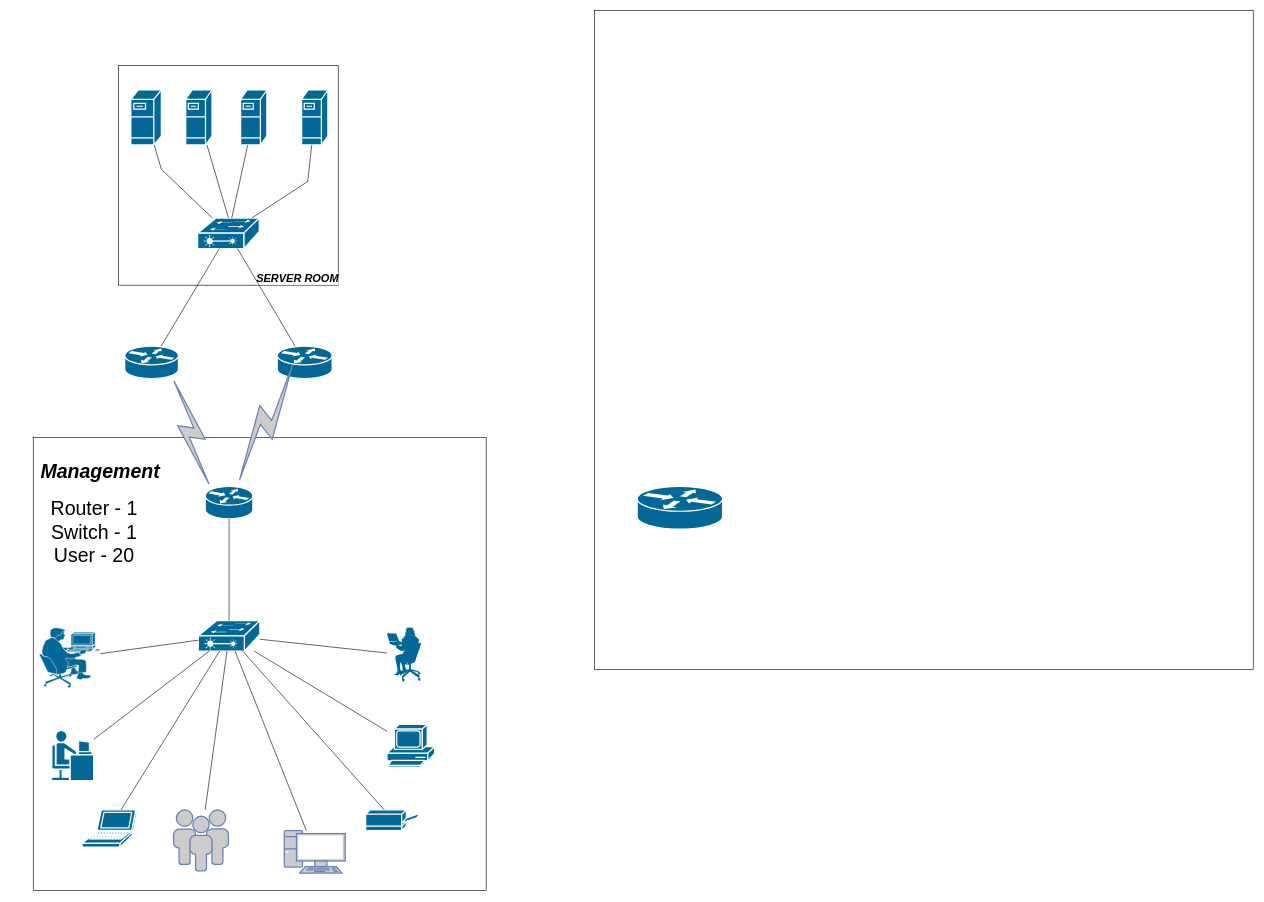
Above: CCNA.drawio in AkashArul/CCNA (draw.io), before the change. Source tidied: cells renumbered, new cells numbered last; positions are measured from the earlier drawing's top-left corner, leaving out a move shared by most shapes. Both pictures are drawn from the tidied source at 61%, with x=0, y=0 at pixel (21, 10).
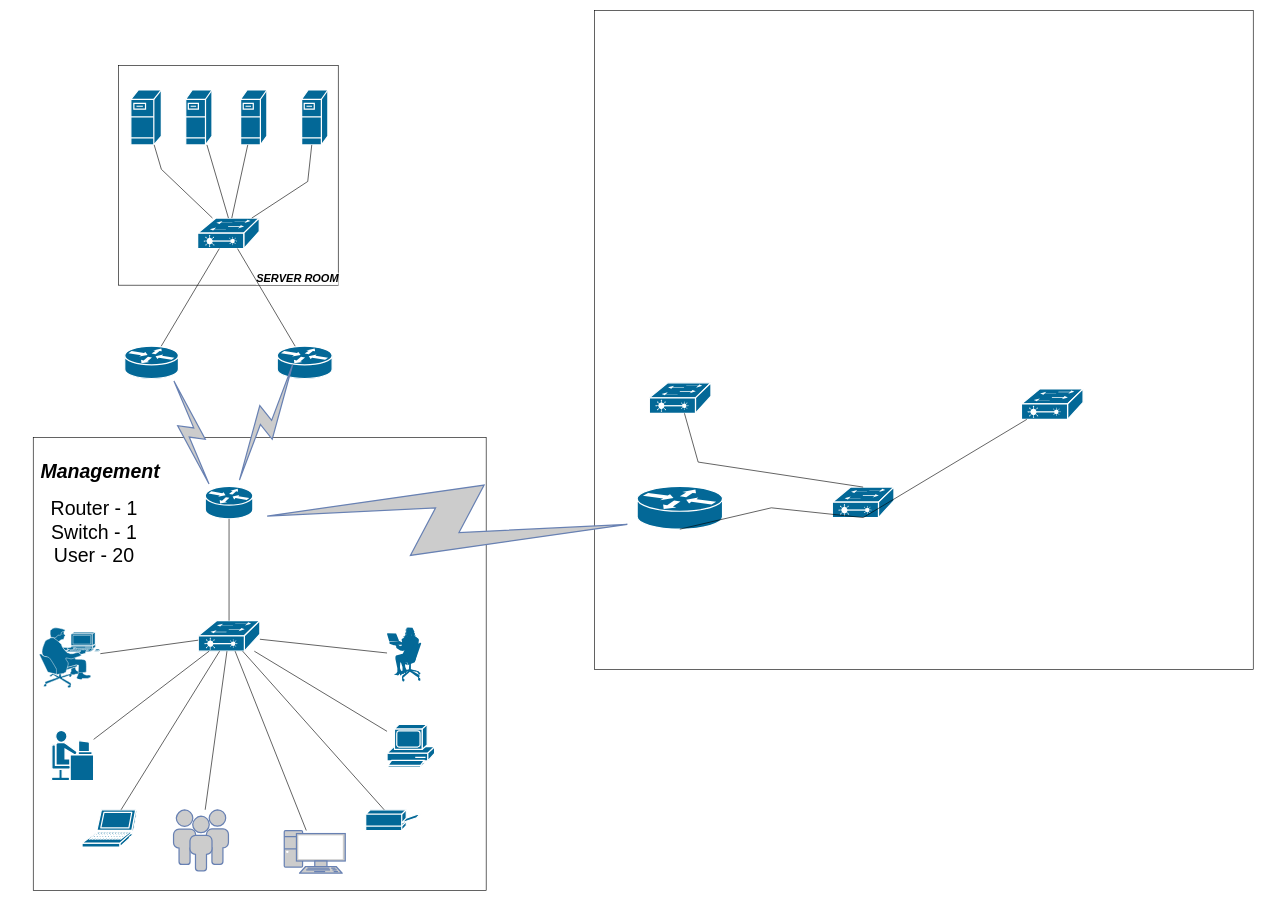
After the change.

The change refers to these unchanged cells:
```xml
<mxCell id="19" style="shape=mxgraph.cisco.routers.router;sketch=0;html=1;dashed=0;fillColor=#036897;strokeColor=#ffffff;strokeWidth=2;verticalLabelPosition=bottom;verticalAlign=top;align=center;outlineConnect=0;labelBackgroundColor=#FFFFFF;" parent="1" vertex="1">
  <mxGeometry x="301" y="780" width="78" height="53" as="geometry" />
</mxCell>
<mxCell id="41" style="shape=mxgraph.cisco.routers.router;sketch=0;html=1;dashed=0;fillColor=#036897;strokeColor=#ffffff;strokeWidth=2;verticalLabelPosition=bottom;verticalAlign=top;align=center;outlineConnect=0;" parent="1" vertex="1">
  <mxGeometry x="1009" y="780" width="140" height="70" as="geometry" />
</mxCell>
```

What changed in the source:
```diff
@@
+    <mxCell id="44" style="html=1;outlineConnect=0;fillColor=#CCCCCC;strokeColor=#6881B3;gradientColor=none;gradientDirection=north;strokeWidth=2;shape=mxgraph.networks.comm_link_edge;html=1;rounded=0;fontSize=32;entryX=0.12;entryY=0.9;entryDx=0;entryDy=0;entryPerimeter=0;exitX=0.88;exitY=0.9;exitDx=0;exitDy=0;exitPerimeter=0;" parent="1" edge="1" source="19" target="41">
+      <mxGeometry relative="1" as="geometry" />
+    </mxCell>
+    <mxCell id="45" style="shape=mxgraph.cisco.switches.layer_2_remote_switch;sketch=0;html=1;dashed=0;fillColor=#036897;strokeColor=#ffffff;strokeWidth=2;verticalLabelPosition=bottom;verticalAlign=top;align=center;outlineConnect=0;fontSize=32;" parent="1" vertex="1">
+      <mxGeometry x="1329" y="781" width="101" height="50" as="geometry" />
+    </mxCell>
+    <mxCell id="46" style="shape=mxgraph.cisco.switches.layer_2_remote_switch;sketch=0;html=1;dashed=0;fillColor=#036897;strokeColor=#ffffff;strokeWidth=2;verticalLabelPosition=bottom;verticalAlign=top;align=center;outlineConnect=0;fontSize=32;" parent="1" vertex="1">
+      <mxGeometry x="1029" y="610" width="101" height="50" as="geometry" />
+    </mxCell>
+    <mxCell id="47" style="shape=mxgraph.cisco.switches.layer_2_remote_switch;sketch=0;html=1;dashed=0;fillColor=#036897;strokeColor=#ffffff;strokeWidth=2;verticalLabelPosition=bottom;verticalAlign=top;align=center;outlineConnect=0;fontSize=32;" parent="1" vertex="1">
+      <mxGeometry x="1639" y="620" width="101" height="50" as="geometry" />
+    </mxCell>
+    <mxCell id="48" style="endArrow=none;html=1;rounded=0;fontSize=32;entryX=0.5;entryY=1;entryDx=0;entryDy=0;entryPerimeter=0;exitX=0.5;exitY=1;exitDx=0;exitDy=0;exitPerimeter=0;" parent="1" edge="1" source="41" target="45">
+      <mxGeometry relative="1" as="geometry">
+        <Array as="points">
+          <mxPoint x="1229" y="815" />
+        </Array>
+      </mxGeometry>
+    </mxCell>
+    <mxCell id="49" style="endArrow=none;html=1;rounded=0;fontSize=32;exitX=0.5;exitY=0;exitDx=0;exitDy=0;exitPerimeter=0;" parent="1" edge="1" source="45" target="46">
+      <mxGeometry relative="1" as="geometry">
+        <Array as="points">
+          <mxPoint x="1109" y="740" />
+        </Array>
+      </mxGeometry>
+    </mxCell>
+    <mxCell id="50" style="endArrow=none;html=1;rounded=0;fontSize=32;exitX=0.5;exitY=1;exitDx=0;exitDy=0;exitPerimeter=0;" parent="1" edge="1" source="45" target="47">
+      <mxGeometry relative="1" as="geometry" />
+    </mxCell>
```
